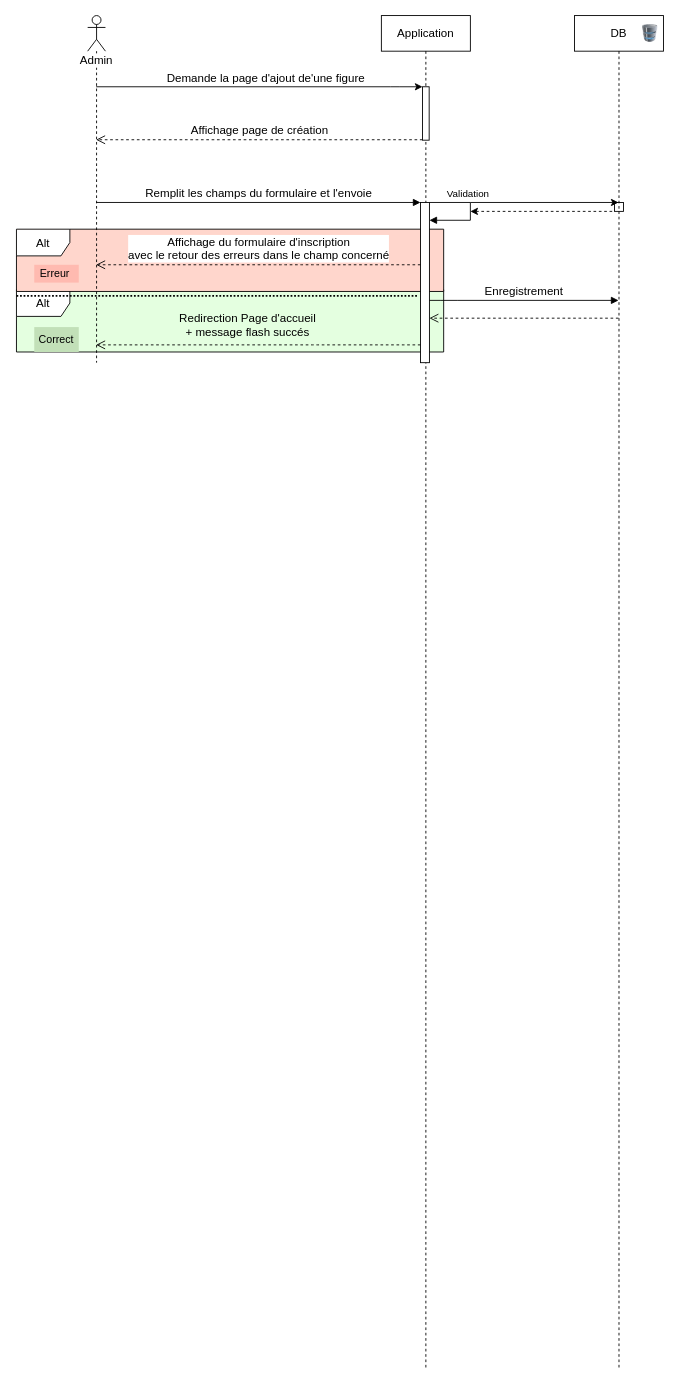
JgPhil/Todo-Sf4 keeps this draw.io diagram as diagrams/todolist_sequence_create_user.drawio. Above is the earlier version. Source tidied: cells renumbered, new cells numbered last; positions are measured from the earlier drawing's top-left corner, leaving out a move shared by most shapes. Both pictures are drawn from the tidied source at 89%, with x=0, y=0 at pixel (16, 15).
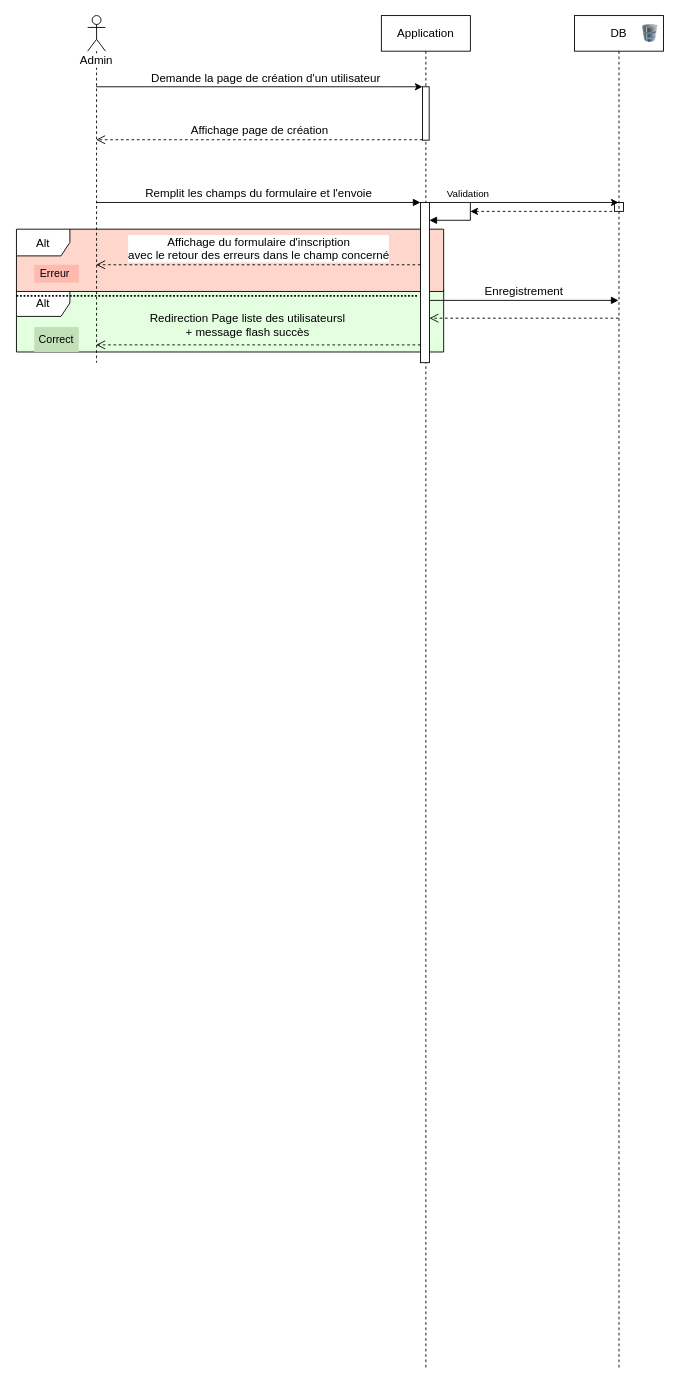
Above is the later version.

What changed in the source:
```diff
@@
-    <mxCell id="16" value="&lt;font style=&quot;font-size: 13px&quot;&gt;Demande la page d'ajout de'une figure&lt;/font&gt;" style="text;html=1;align=center;verticalAlign=middle;" parent="1" vertex="1">
-      <mxGeometry x="160" y="60" width="240" height="20" as="geometry" />
+    <mxCell id="16" value="&lt;font style=&quot;font-size: 13px&quot;&gt;Demande la page de création d'un utilisateur&lt;/font&gt;" style="text;html=1;align=center;verticalAlign=middle;" parent="1" vertex="1">
+      <mxGeometry x="145" y="60" width="270" height="20" as="geometry" />
     </mxCell>
@@
-    <mxCell id="19" value="&lt;span style=&quot;font-size: 13px&quot;&gt;Redirection Page d'accueil&lt;br&gt;+ message flash succés&lt;br&gt;&lt;/span&gt;" style="text;html=1;strokeColor=none;fillColor=none;align=center;verticalAlign=middle;whiteSpace=wrap;rounded=0;" parent="1" vertex="1">
+    <mxCell id="19" value="&lt;span style=&quot;font-size: 13px&quot;&gt;Redirection Page liste des utilisateursl&lt;br&gt;+ message flash succès&lt;br&gt;&lt;/span&gt;" style="text;html=1;strokeColor=none;fillColor=none;align=center;verticalAlign=middle;whiteSpace=wrap;rounded=0;" parent="1" vertex="1">
       <mxGeometry x="115" y="338" width="290" height="20" as="geometry" />
     </mxCell>
```
